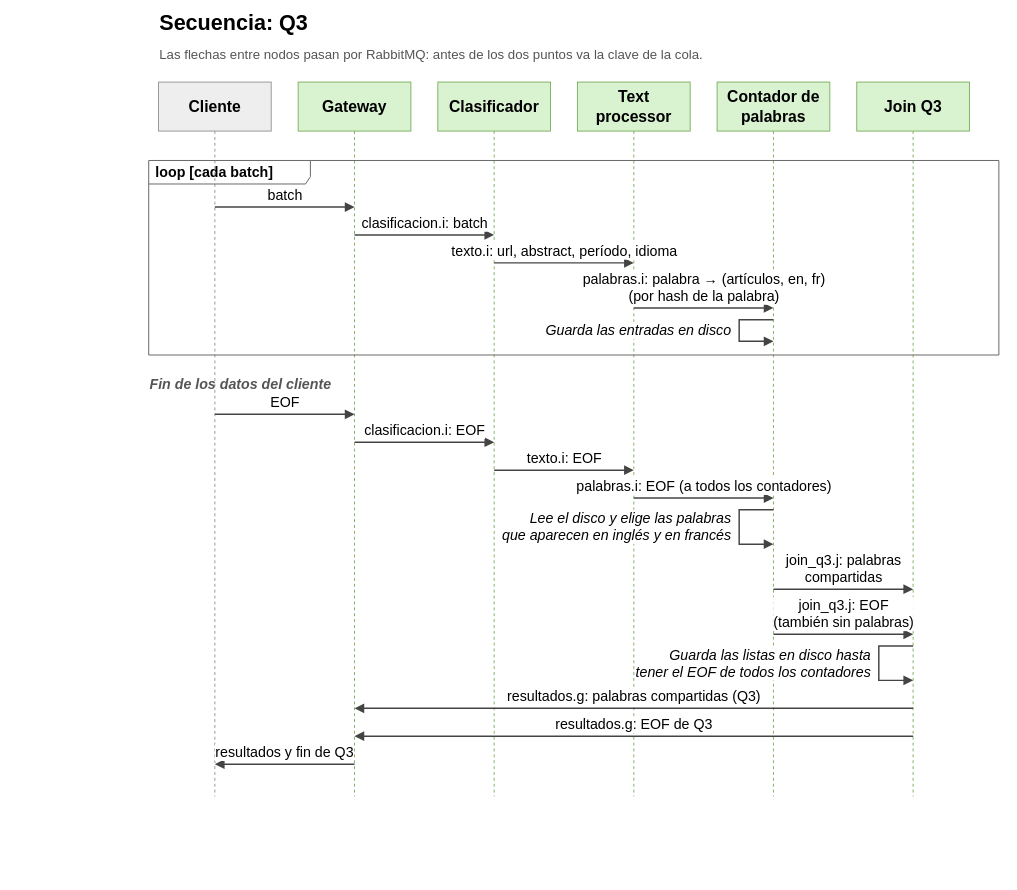
The draw.io diagram page "Secuencia - Q3" (3 of 5) of docs/secuencia.drawio in Cristobal710/tp-final-distribuidos, before the edit. Source tidied: cells renumbered, new cells numbered last; positions are measured from the earlier drawing's top-left corner, leaving out a move shared by most shapes. Both pictures are drawn from the tidied source at 49%, with x=0, y=0 at pixel (148, 8).
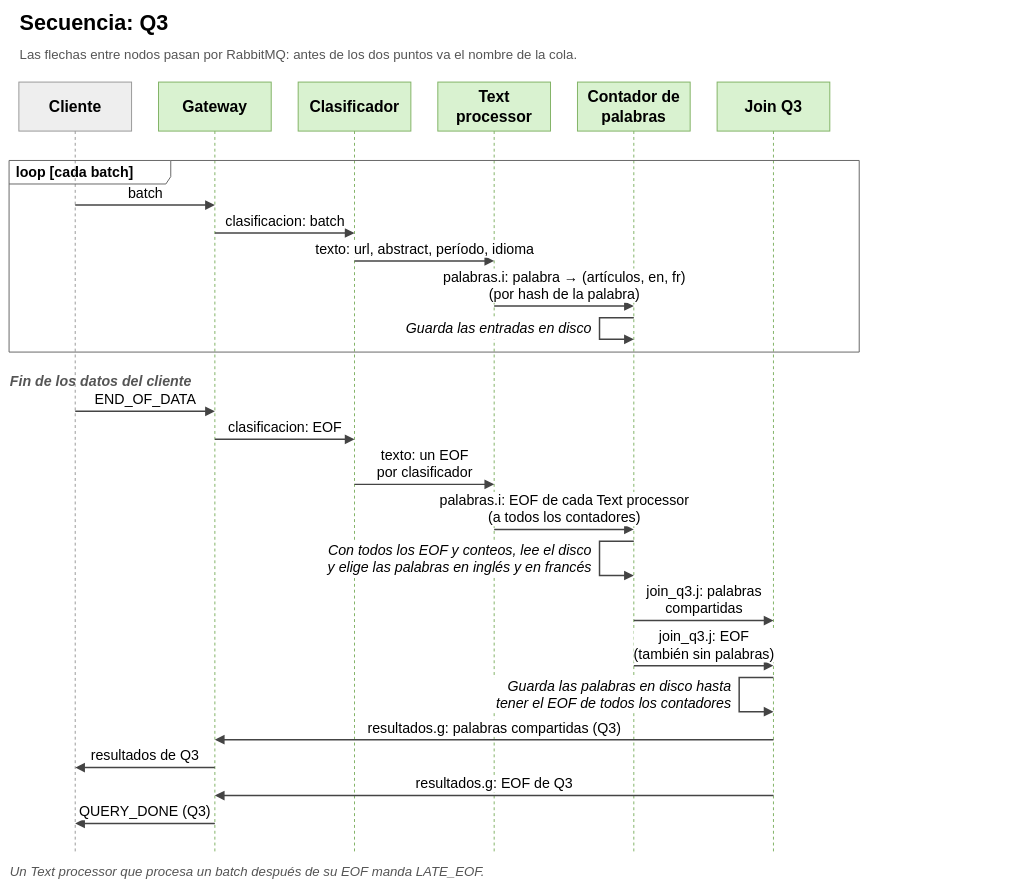
The same diagram, later.

Diff of the diagram source:
```diff
@@
+    <mxCell id="30" value="Cliente" style="shape=umlLifeline;perimeter=lifelinePerimeter;whiteSpace=wrap;html=1;size=100;strokeWidth=2;fontFamily=Calibri;fontSize=32;fontStyle=1;fillColor=#eeeeee;strokeColor=#999999;" parent="1" vertex="1">
+      <mxGeometry x="-265" y="150" width="230" height="1573" as="geometry" />
+    </mxCell>
-    <mxCell id="2" value="Cliente" style="shape=umlLifeline;perimeter=lifelinePerimeter;whiteSpace=wrap;html=1;size=100;strokeWidth=2;fontFamily=Calibri;fontSize=32;fontStyle=1;fillColor=#eeeeee;strokeColor=#999999;" parent="1" vertex="1">
-      <mxGeometry x="20" y="150" width="230" height="1458" as="geometry" />
+    <mxCell id="2" value="Gateway" style="shape=umlLifeline;perimeter=lifelinePerimeter;whiteSpace=wrap;html=1;size=100;strokeWidth=2;fontFamily=Calibri;fontSize=32;fontStyle=1;fillColor=#d9f2d0;strokeColor=#82b366;" parent="1" vertex="1">
+      <mxGeometry x="20" y="150" width="230" height="1573" as="geometry" />
     </mxCell>
-    <mxCell id="3" value="Gateway" style="shape=umlLifeline;perimeter=lifelinePerimeter;whiteSpace=wrap;html=1;size=100;strokeWidth=2;fontFamily=Calibri;fontSize=32;fontStyle=1;fillColor=#d9f2d0;strokeColor=#82b366;" parent="1" vertex="1">
-      <mxGeometry x="305" y="150" width="230" height="1458" as="geometry" />
+    <mxCell id="3" value="Clasificador" style="shape=umlLifeline;perimeter=lifelinePerimeter;whiteSpace=wrap;html=1;size=100;strokeWidth=2;fontFamily=Calibri;fontSize=32;fontStyle=1;fillColor=#d9f2d0;strokeColor=#82b366;" parent="1" vertex="1">
+      <mxGeometry x="305" y="150" width="230" height="1573" as="geometry" />
     </mxCell>
-    <mxCell id="4" value="Clasificador" style="shape=umlLifeline;perimeter=lifelinePerimeter;whiteSpace=wrap;html=1;size=100;strokeWidth=2;fontFamily=Calibri;fontSize=32;fontStyle=1;fillColor=#d9f2d0;strokeColor=#82b366;" parent="1" vertex="1">
-      <mxGeometry x="590" y="150" width="230" height="1458" as="geometry" />
+    <mxCell id="4" value="Text&lt;br&gt;processor" style="shape=umlLifeline;perimeter=lifelinePerimeter;whiteSpace=wrap;html=1;size=100;strokeWidth=2;fontFamily=Calibri;fontSize=32;fontStyle=1;fillColor=#d9f2d0;strokeColor=#82b366;" parent="1" vertex="1">
+      <mxGeometry x="590" y="150" width="230" height="1573" as="geometry" />
     </mxCell>
-    <mxCell id="5" value="Text&lt;br&gt;processor" style="shape=umlLifeline;perimeter=lifelinePerimeter;whiteSpace=wrap;html=1;size=100;strokeWidth=2;fontFamily=Calibri;fontSize=32;fontStyle=1;fillColor=#d9f2d0;strokeColor=#82b366;" parent="1" vertex="1">
-      <mxGeometry x="875" y="150" width="230" height="1458" as="geometry" />
+    <mxCell id="5" value="Contador de&lt;br&gt;palabras" style="shape=umlLifeline;perimeter=lifelinePerimeter;whiteSpace=wrap;html=1;size=100;strokeWidth=2;fontFamily=Calibri;fontSize=32;fontStyle=1;fillColor=#d9f2d0;strokeColor=#82b366;" parent="1" vertex="1">
+      <mxGeometry x="875" y="150" width="230" height="1573" as="geometry" />
     </mxCell>
-    <mxCell id="6" value="Contador de&lt;br&gt;palabras" style="shape=umlLifeline;perimeter=lifelinePerimeter;whiteSpace=wrap;html=1;size=100;strokeWidth=2;fontFamily=Calibri;fontSize=32;fontStyle=1;fillColor=#d9f2d0;strokeColor=#82b366;" parent="1" vertex="1">
-      <mxGeometry x="1160" y="150" width="230" height="1458" as="geometry" />
+    <mxCell id="6" value="Join Q3" style="shape=umlLifeline;perimeter=lifelinePerimeter;whiteSpace=wrap;html=1;size=100;strokeWidth=2;fontFamily=Calibri;fontSize=32;fontStyle=1;fillColor=#d9f2d0;strokeColor=#82b366;" parent="1" vertex="1">
+      <mxGeometry x="1160" y="150" width="230" height="1573" as="geometry" />
     </mxCell>
-    <mxCell id="7" value="Join Q3" style="shape=umlLifeline;perimeter=lifelinePerimeter;whiteSpace=wrap;html=1;size=100;strokeWidth=2;fontFamily=Calibri;fontSize=32;fontStyle=1;fillColor=#d9f2d0;strokeColor=#82b366;" parent="1" vertex="1">
-      <mxGeometry x="1445" y="150" width="230" height="1458" as="geometry" />
+    <mxCell id="7" value="&lt;b&gt;Secuencia: Q3&lt;/b&gt;" style="text;html=1;align=left;verticalAlign=middle;fontFamily=Calibri;fontSize=44;" parent="1" vertex="1">
+      <mxGeometry x="-265" width="1695" height="60" as="geometry" />
     </mxCell>
+    <mxCell id="31" value="Las flechas entre nodos pasan por RabbitMQ: antes de los dos puntos va el nombre de la cola." style="text;html=1;align=left;verticalAlign=middle;whiteSpace=wrap;fontFamily=Calibri;fontSize=27;fontColor=#555555;" parent="1" vertex="1">
+      <mxGeometry x="-265" y="65" width="1695" height="60" as="geometry" />
+    </mxCell>
+    <mxCell id="32" value="Un Text processor que procesa un batch después de su EOF manda LATE_EOF." style="text;html=1;align=left;verticalAlign=middle;fontFamily=Calibri;fontSize=27;fontStyle=2;fontColor=#555555;" parent="1" vertex="1">
+      <mxGeometry x="-285" y="1739" width="1695" height="44" as="geometry" />
+    </mxCell>
-    <mxCell id="8" value="&lt;b&gt;Secuencia: Q3&lt;/b&gt;" style="text;html=1;align=left;verticalAlign=middle;fontFamily=Calibri;fontSize=44;" parent="1" vertex="1">
-      <mxGeometry x="20" width="1735" height="60" as="geometry" />
+    <mxCell id="8" value="batch" style="html=1;verticalAlign=bottom;labelBackgroundColor=#ffffff;strokeWidth=3;strokeColor=#444444;fontFamily=Calibri;fontSize=29;spacingBottom=4;endArrow=block;endFill=1;endSize=12;" parent="1" edge="1">
+      <mxGeometry relative="1" as="geometry">
+        <mxPoint x="-150" y="401" as="sourcePoint" />
+        <mxPoint x="135" y="401" as="targetPoint" />
+      </mxGeometry>
     </mxCell>
-    <mxCell id="9" value="Las flechas entre nodos pasan por RabbitMQ: antes de los dos puntos va la clave de la cola." style="text;html=1;align=left;verticalAlign=middle;whiteSpace=wrap;fontFamily=Calibri;fontSize=27;fontColor=#555555;" parent="1" vertex="1">
-      <mxGeometry x="20" y="65" width="1735" height="60" as="geometry" />
+    <mxCell id="9" value="clasificacion: batch" style="html=1;verticalAlign=bottom;labelBackgroundColor=#ffffff;strokeWidth=3;strokeColor=#444444;fontFamily=Calibri;fontSize=29;spacingBottom=4;endArrow=block;endFill=1;endSize=12;" parent="1" edge="1">
+      <mxGeometry relative="1" as="geometry">
+        <mxPoint x="135" y="458" as="sourcePoint" />
+        <mxPoint x="420" y="458" as="targetPoint" />
+      </mxGeometry>
     </mxCell>
-    <mxCell id="10" value="batch" style="html=1;verticalAlign=bottom;labelBackgroundColor=#ffffff;strokeWidth=3;strokeColor=#444444;fontFamily=Calibri;fontSize=29;spacingBottom=4;endArrow=block;endFill=1;endSize=12;" parent="1" edge="1">
+    <mxCell id="10" value="texto: url, abstract, período, idioma" style="html=1;verticalAlign=bottom;labelBackgroundColor=#ffffff;strokeWidth=3;strokeColor=#444444;fontFamily=Calibri;fontSize=29;spacingBottom=4;endArrow=block;endFill=1;endSize=12;" parent="1" edge="1">
       <mxGeometry relative="1" as="geometry">
-        <mxPoint x="135" y="405" as="sourcePoint" />
-        <mxPoint x="420" y="405" as="targetPoint" />
+        <mxPoint x="420" y="515" as="sourcePoint" />
+        <mxPoint x="705" y="515" as="targetPoint" />
       </mxGeometry>
     </mxCell>
-    <mxCell id="11" value="clasificacion.i: batch" style="html=1;verticalAlign=bottom;labelBackgroundColor=#ffffff;strokeWidth=3;strokeColor=#444444;fontFamily=Calibri;fontSize=29;spacingBottom=4;endArrow=block;endFill=1;endSize=12;" parent="1" edge="1">
+    <mxCell id="11" value="palabras.i: palabra → (artículos, en, fr)&lt;br&gt;(por hash de la palabra)" style="html=1;verticalAlign=bottom;labelBackgroundColor=#ffffff;strokeWidth=3;strokeColor=#444444;fontFamily=Calibri;fontSize=29;spacingBottom=4;endArrow=block;endFill=1;endSize=12;" parent="1" edge="1">
       <mxGeometry relative="1" as="geometry">
-        <mxPoint x="420" y="462" as="sourcePoint" />
-        <mxPoint x="705" y="462" as="targetPoint" />
+        <mxPoint x="705" y="607" as="sourcePoint" />
+        <mxPoint x="990" y="607" as="targetPoint" />
       </mxGeometry>
     </mxCell>
-    <mxCell id="12" value="texto.i: url, abstract, período, idioma" style="html=1;verticalAlign=bottom;labelBackgroundColor=#ffffff;strokeWidth=3;strokeColor=#444444;fontFamily=Calibri;fontSize=29;spacingBottom=4;endArrow=block;endFill=1;endSize=12;" parent="1" edge="1">
+    <mxCell id="12" style="html=1;rounded=0;strokeWidth=3;strokeColor=#444444;endArrow=block;endFill=1;endSize=12;" parent="1" edge="1">
       <mxGeometry relative="1" as="geometry">
-        <mxPoint x="705" y="519" as="sourcePoint" />
-        <mxPoint x="990" y="519" as="targetPoint" />
+        <mxPoint x="990" y="631" as="sourcePoint" />
+        <mxPoint x="990" y="675" as="targetPoint" />
+        <Array as="points">
+          <mxPoint x="920" y="631" />
+          <mxPoint x="920" y="675" />
+        </Array>
       </mxGeometry>
     </mxCell>
-    <mxCell id="13" value="palabras.i: palabra → (artículos, en, fr)&lt;br&gt;(por hash de la palabra)" style="html=1;verticalAlign=bottom;labelBackgroundColor=#ffffff;strokeWidth=3;strokeColor=#444444;fontFamily=Calibri;fontSize=29;spacingBottom=4;endArrow=block;endFill=1;endSize=12;" parent="1" edge="1">
-      <mxGeometry relative="1" as="geometry">
-        <mxPoint x="990" y="611" as="sourcePoint" />
-        <mxPoint x="1275" y="611" as="targetPoint" />
-      </mxGeometry>
+    <mxCell id="13" value="Guarda las entradas en disco" style="text;html=1;align=right;verticalAlign=middle;fontFamily=Calibri;fontSize=29;fontStyle=2;fillColor=#ffffff;" parent="1" vertex="1">
+      <mxGeometry x="465" y="631" width="440" height="44" as="geometry" />
     </mxCell>
-    <mxCell id="14" style="html=1;rounded=0;strokeWidth=3;strokeColor=#444444;endArrow=block;endFill=1;endSize=12;" parent="1" edge="1">
-      <mxGeometry relative="1" as="geometry">
-        <mxPoint x="1275" y="635" as="sourcePoint" />
-        <mxPoint x="1275" y="679" as="targetPoint" />
-        <Array as="points">
-          <mxPoint x="1205" y="635" />
-          <mxPoint x="1205" y="679" />
-        </Array>
-      </mxGeometry>
+    <mxCell id="14" value="loop [cada batch]" style="shape=umlFrame;whiteSpace=wrap;html=1;width=330;height=48;boundedLbl=1;verticalAlign=middle;align=left;spacingLeft=12;strokeWidth=2;strokeColor=#666666;fillColor=none;fontFamily=Calibri;fontSize=29;fontStyle=1;" parent="1" vertex="1">
+      <mxGeometry x="-285" y="310" width="1735" height="391" as="geometry" />
     </mxCell>
-    <mxCell id="15" value="Guarda las entradas en disco" style="text;html=1;align=right;verticalAlign=middle;fontFamily=Calibri;fontSize=29;fontStyle=2;fillColor=#ffffff;" parent="1" vertex="1">
-      <mxGeometry x="750" y="639.5" width="440" height="35" as="geometry" />
+    <mxCell id="15" value="Fin de los datos del cliente" style="text;html=1;align=left;verticalAlign=middle;fontFamily=Calibri;fontSize=29;fontStyle=3;fontColor=#555555;" parent="1" vertex="1">
+      <mxGeometry x="-285" y="739" width="1695" height="44" as="geometry" />
     </mxCell>
-    <mxCell id="16" value="loop [cada batch]" style="shape=umlFrame;whiteSpace=wrap;html=1;width=330;height=48;boundedLbl=1;verticalAlign=middle;align=left;spacingLeft=12;strokeWidth=2;strokeColor=#666666;fillColor=none;fontFamily=Calibri;fontSize=29;fontStyle=1;" parent="1" vertex="1">
-      <mxGeometry y="310" width="1735" height="397" as="geometry" />
+    <mxCell id="16" value="END_OF_DATA" style="html=1;verticalAlign=bottom;labelBackgroundColor=#ffffff;strokeWidth=3;strokeColor=#444444;fontFamily=Calibri;fontSize=29;spacingBottom=4;endArrow=block;endFill=1;endSize=12;" parent="1" edge="1">
+      <mxGeometry relative="1" as="geometry">
+        <mxPoint x="-150" y="822" as="sourcePoint" />
+        <mxPoint x="135" y="822" as="targetPoint" />
+      </mxGeometry>
     </mxCell>
-    <mxCell id="17" value="Fin de los datos del cliente" style="text;html=1;align=left;verticalAlign=middle;fontFamily=Calibri;fontSize=29;fontStyle=3;fontColor=#555555;" parent="1" vertex="1">
-      <mxGeometry y="745" width="1755" height="44" as="geometry" />
+    <mxCell id="17" value="clasificacion: EOF" style="html=1;verticalAlign=bottom;labelBackgroundColor=#ffffff;strokeWidth=3;strokeColor=#444444;fontFamily=Calibri;fontSize=29;spacingBottom=4;endArrow=block;endFill=1;endSize=12;" parent="1" edge="1">
+      <mxGeometry relative="1" as="geometry">
+        <mxPoint x="135" y="879" as="sourcePoint" />
+        <mxPoint x="420" y="879" as="targetPoint" />
+      </mxGeometry>
     </mxCell>
-    <mxCell id="18" value="EOF" style="html=1;verticalAlign=bottom;labelBackgroundColor=#ffffff;strokeWidth=3;strokeColor=#444444;fontFamily=Calibri;fontSize=29;spacingBottom=4;endArrow=block;endFill=1;endSize=12;" parent="1" edge="1">
+    <mxCell id="18" value="texto: un EOF&lt;br&gt;por clasificador" style="html=1;verticalAlign=bottom;labelBackgroundColor=#ffffff;strokeWidth=3;strokeColor=#444444;fontFamily=Calibri;fontSize=29;spacingBottom=4;endArrow=block;endFill=1;endSize=12;" parent="1" edge="1">
       <mxGeometry relative="1" as="geometry">
-        <mxPoint x="135" y="828" as="sourcePoint" />
-        <mxPoint x="420" y="828" as="targetPoint" />
+        <mxPoint x="420" y="971" as="sourcePoint" />
+        <mxPoint x="705" y="971" as="targetPoint" />
       </mxGeometry>
     </mxCell>
-    <mxCell id="19" value="clasificacion.i: EOF" style="html=1;verticalAlign=bottom;labelBackgroundColor=#ffffff;strokeWidth=3;strokeColor=#444444;fontFamily=Calibri;fontSize=29;spacingBottom=4;endArrow=block;endFill=1;endSize=12;" parent="1" edge="1">
+    <mxCell id="19" value="palabras.i: EOF de cada Text processor&lt;br&gt;(a todos los contadores)" style="html=1;verticalAlign=bottom;labelBackgroundColor=#ffffff;strokeWidth=3;strokeColor=#444444;fontFamily=Calibri;fontSize=29;spacingBottom=4;endArrow=block;endFill=1;endSize=12;" parent="1" edge="1">
       <mxGeometry relative="1" as="geometry">
-        <mxPoint x="420" y="885" as="sourcePoint" />
-        <mxPoint x="705" y="885" as="targetPoint" />
+        <mxPoint x="705" y="1063" as="sourcePoint" />
+        <mxPoint x="990" y="1063" as="targetPoint" />
       </mxGeometry>
     </mxCell>
-    <mxCell id="20" value="texto.i: EOF" style="html=1;verticalAlign=bottom;labelBackgroundColor=#ffffff;strokeWidth=3;strokeColor=#444444;fontFamily=Calibri;fontSize=29;spacingBottom=4;endArrow=block;endFill=1;endSize=12;" parent="1" edge="1">
+    <mxCell id="20" style="html=1;rounded=0;strokeWidth=3;strokeColor=#444444;endArrow=block;endFill=1;endSize=12;" parent="1" edge="1">
       <mxGeometry relative="1" as="geometry">
-        <mxPoint x="705" y="942" as="sourcePoint" />
-        <mxPoint x="990" y="942" as="targetPoint" />
+        <mxPoint x="990" y="1087" as="sourcePoint" />
+        <mxPoint x="990" y="1157" as="targetPoint" />
+        <Array as="points">
+          <mxPoint x="920" y="1087" />
+          <mxPoint x="920" y="1157" />
+        </Array>
       </mxGeometry>
     </mxCell>
-    <mxCell id="21" value="palabras.i: EOF (a todos los contadores)" style="html=1;verticalAlign=bottom;labelBackgroundColor=#ffffff;strokeWidth=3;strokeColor=#444444;fontFamily=Calibri;fontSize=29;spacingBottom=4;endArrow=block;endFill=1;endSize=12;" parent="1" edge="1">
-      <mxGeometry relative="1" as="geometry">
-        <mxPoint x="990" y="999" as="sourcePoint" />
-        <mxPoint x="1275" y="999" as="targetPoint" />
-      </mxGeometry>
+    <mxCell id="21" value="Con todos los EOF y conteos, lee el disco&lt;br&gt;y elige las palabras en inglés y en francés" style="text;html=1;align=right;verticalAlign=middle;fontFamily=Calibri;fontSize=29;fontStyle=2;fillColor=#ffffff;" parent="1" vertex="1">
+      <mxGeometry x="305" y="1087" width="600" height="70" as="geometry" />
     </mxCell>
-    <mxCell id="22" style="html=1;rounded=0;strokeWidth=3;strokeColor=#444444;endArrow=block;endFill=1;endSize=12;" parent="1" edge="1">
+    <mxCell id="22" value="join_q3.j: palabras&lt;br&gt;compartidas" style="html=1;verticalAlign=bottom;labelBackgroundColor=#ffffff;strokeWidth=3;strokeColor=#444444;fontFamily=Calibri;fontSize=29;spacingBottom=4;endArrow=block;endFill=1;endSize=12;" parent="1" edge="1">
       <mxGeometry relative="1" as="geometry">
-        <mxPoint x="1275" y="1023" as="sourcePoint" />
-        <mxPoint x="1275" y="1093" as="targetPoint" />
-        <Array as="points">
-          <mxPoint x="1205" y="1023" />
-          <mxPoint x="1205" y="1093" />
-        </Array>
+        <mxPoint x="990" y="1249" as="sourcePoint" />
+        <mxPoint x="1275" y="1249" as="targetPoint" />
       </mxGeometry>
     </mxCell>
-    <mxCell id="23" value="Lee el disco y elige las palabras&lt;br&gt;que aparecen en inglés y en francés" style="text;html=1;align=right;verticalAlign=middle;fontFamily=Calibri;fontSize=29;fontStyle=2;fillColor=#ffffff;" parent="1" vertex="1">
-      <mxGeometry x="750" y="1023" width="440" height="70" as="geometry" />
+    <mxCell id="23" value="join_q3.j: EOF&lt;br&gt;(también sin palabras)" style="html=1;verticalAlign=bottom;labelBackgroundColor=#ffffff;strokeWidth=3;strokeColor=#444444;fontFamily=Calibri;fontSize=29;spacingBottom=4;endArrow=block;endFill=1;endSize=12;" parent="1" edge="1">
+      <mxGeometry relative="1" as="geometry">
+        <mxPoint x="990" y="1341" as="sourcePoint" />
+        <mxPoint x="1275" y="1341" as="targetPoint" />
+      </mxGeometry>
     </mxCell>
-    <mxCell id="24" value="join_q3.j: palabras&lt;br&gt;compartidas" style="html=1;verticalAlign=bottom;labelBackgroundColor=#ffffff;strokeWidth=3;strokeColor=#444444;fontFamily=Calibri;fontSize=29;spacingBottom=4;endArrow=block;endFill=1;endSize=12;" parent="1" edge="1">
+    <mxCell id="24" style="html=1;rounded=0;strokeWidth=3;strokeColor=#444444;endArrow=block;endFill=1;endSize=12;" parent="1" edge="1">
       <mxGeometry relative="1" as="geometry">
-        <mxPoint x="1275" y="1185" as="sourcePoint" />
-        <mxPoint x="1560" y="1185" as="targetPoint" />
+        <mxPoint x="1275" y="1365" as="sourcePoint" />
+        <mxPoint x="1275" y="1435" as="targetPoint" />
+        <Array as="points">
+          <mxPoint x="1205" y="1365" />
+          <mxPoint x="1205" y="1435" />
+        </Array>
       </mxGeometry>
     </mxCell>
-    <mxCell id="25" value="join_q3.j: EOF&lt;br&gt;(también sin palabras)" style="html=1;verticalAlign=bottom;labelBackgroundColor=#ffffff;strokeWidth=3;strokeColor=#444444;fontFamily=Calibri;fontSize=29;spacingBottom=4;endArrow=block;endFill=1;endSize=12;" parent="1" edge="1">
-      <mxGeometry relative="1" as="geometry">
-        <mxPoint x="1275" y="1277" as="sourcePoint" />
-        <mxPoint x="1560" y="1277" as="targetPoint" />
-      </mxGeometry>
+    <mxCell id="25" value="Guarda las palabras en disco hasta&lt;br&gt;tener el EOF de todos los contadores" style="text;html=1;align=right;verticalAlign=middle;fontFamily=Calibri;fontSize=29;fontStyle=2;fillColor=#ffffff;" parent="1" vertex="1">
+      <mxGeometry x="670" y="1365" width="520" height="70" as="geometry" />
     </mxCell>
-    <mxCell id="26" style="html=1;rounded=0;strokeWidth=3;strokeColor=#444444;endArrow=block;endFill=1;endSize=12;" parent="1" edge="1">
+    <mxCell id="26" value="resultados.g: palabras compartidas (Q3)" style="html=1;verticalAlign=bottom;labelBackgroundColor=#ffffff;strokeWidth=3;strokeColor=#444444;fontFamily=Calibri;fontSize=29;spacingBottom=4;endArrow=block;endFill=1;endSize=12;" parent="1" edge="1">
       <mxGeometry relative="1" as="geometry">
-        <mxPoint x="1560" y="1301" as="sourcePoint" />
-        <mxPoint x="1560" y="1371" as="targetPoint" />
-        <Array as="points">
-          <mxPoint x="1490" y="1301" />
-          <mxPoint x="1490" y="1371" />
-        </Array>
+        <mxPoint x="1275" y="1492" as="sourcePoint" />
+        <mxPoint x="135" y="1492" as="targetPoint" />
       </mxGeometry>
     </mxCell>
-    <mxCell id="27" value="Guarda las listas en disco hasta&lt;br&gt;tener el EOF de todos los contadores" style="text;html=1;align=right;verticalAlign=middle;fontFamily=Calibri;fontSize=29;fontStyle=2;fillColor=#ffffff;" parent="1" vertex="1">
-      <mxGeometry x="1035" y="1301" width="440" height="70" as="geometry" />
+    <mxCell id="27" value="resultados de Q3" style="html=1;verticalAlign=bottom;labelBackgroundColor=#ffffff;strokeWidth=3;strokeColor=#444444;fontFamily=Calibri;fontSize=29;spacingBottom=4;endArrow=block;endFill=1;endSize=12;" parent="1" edge="1">
+      <mxGeometry relative="1" as="geometry">
+        <mxPoint x="135" y="1549" as="sourcePoint" />
+        <mxPoint x="-150" y="1549" as="targetPoint" />
+      </mxGeometry>
     </mxCell>
-    <mxCell id="28" value="resultados.g: palabras compartidas (Q3)" style="html=1;verticalAlign=bottom;labelBackgroundColor=#ffffff;strokeWidth=3;strokeColor=#444444;fontFamily=Calibri;fontSize=29;spacingBottom=4;endArrow=block;endFill=1;endSize=12;" parent="1" edge="1">
+    <mxCell id="28" value="resultados.g: EOF de Q3" style="html=1;verticalAlign=bottom;labelBackgroundColor=#ffffff;strokeWidth=3;strokeColor=#444444;fontFamily=Calibri;fontSize=29;spacingBottom=4;endArrow=block;endFill=1;endSize=12;" parent="1" edge="1">
       <mxGeometry relative="1" as="geometry">
-        <mxPoint x="1560" y="1428" as="sourcePoint" />
-        <mxPoint x="420" y="1428" as="targetPoint" />
+        <mxPoint x="1275" y="1606" as="sourcePoint" />
+        <mxPoint x="135" y="1606" as="targetPoint" />
       </mxGeometry>
     </mxCell>
-    <mxCell id="29" value="resultados.g: EOF de Q3" style="html=1;verticalAlign=bottom;labelBackgroundColor=#ffffff;strokeWidth=3;strokeColor=#444444;fontFamily=Calibri;fontSize=29;spacingBottom=4;endArrow=block;endFill=1;endSize=12;" parent="1" edge="1">
+    <mxCell id="29" value="QUERY_DONE (Q3)" style="html=1;verticalAlign=bottom;labelBackgroundColor=#ffffff;strokeWidth=3;strokeColor=#444444;fontFamily=Calibri;fontSize=29;spacingBottom=4;endArrow=block;endFill=1;endSize=12;" parent="1" edge="1">
       <mxGeometry relative="1" as="geometry">
-        <mxPoint x="1560" y="1485" as="sourcePoint" />
-        <mxPoint x="420" y="1485" as="targetPoint" />
+        <mxPoint x="135" y="1663" as="sourcePoint" />
+        <mxPoint x="-150" y="1663" as="targetPoint" />
       </mxGeometry>
     </mxCell>
-    <mxCell id="30" value="resultados y fin de Q3" style="html=1;verticalAlign=bottom;labelBackgroundColor=#ffffff;strokeWidth=3;strokeColor=#444444;fontFamily=Calibri;fontSize=29;spacingBottom=4;endArrow=block;endFill=1;endSize=12;" parent="1" edge="1">
-      <mxGeometry relative="1" as="geometry">
-        <mxPoint x="420" y="1542" as="sourcePoint" />
-        <mxPoint x="135" y="1542" as="targetPoint" />
-      </mxGeometry>
-    </mxCell>
```
